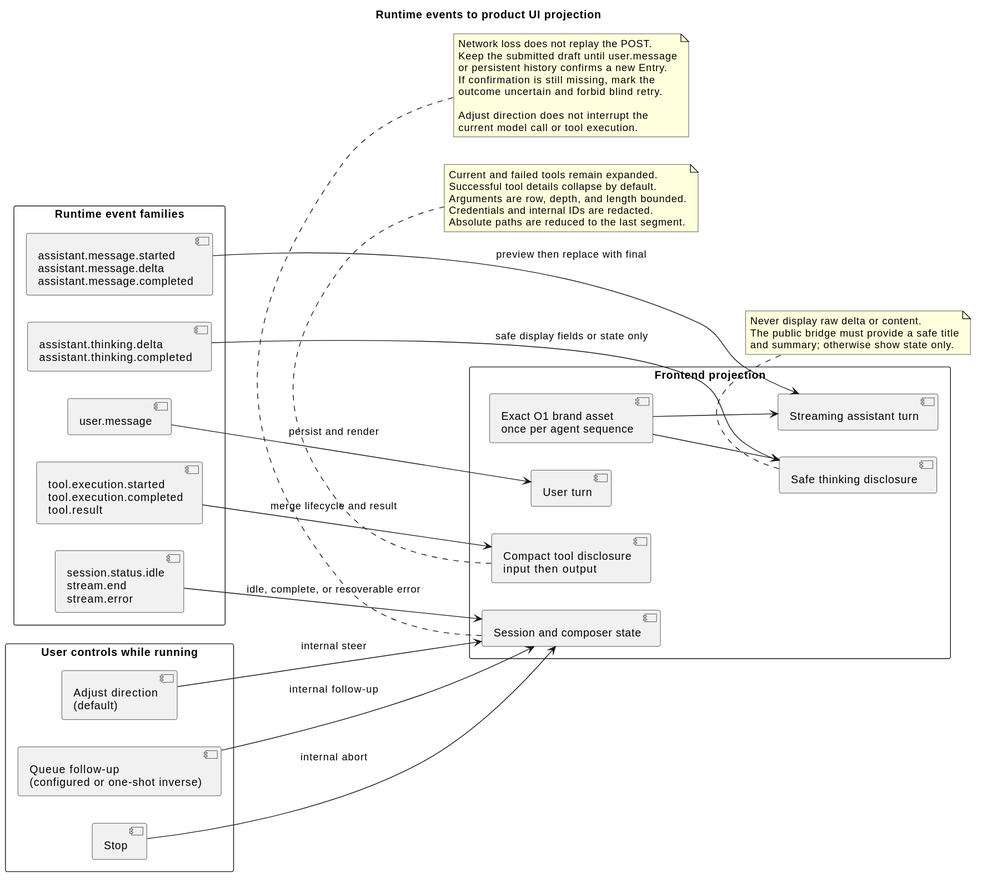
Above: docs/designs/campusclaw-frontend/runtime_event_ui_projection.svg in 2862282695gjh-afk/pi-mono-java (PlantUML), before the change.
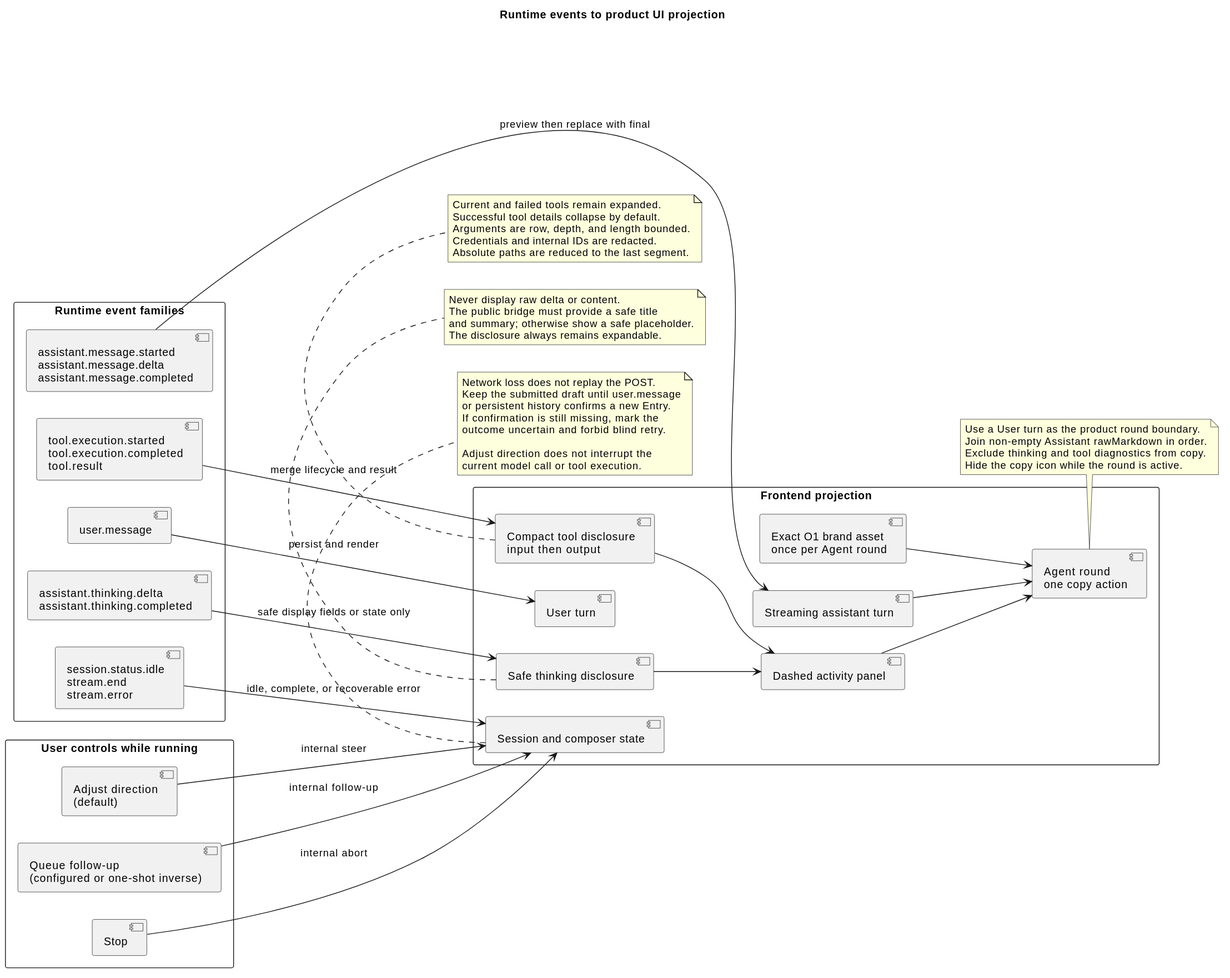
After the change.

What changed in the source:
```diff
@@ -16,7 +16,9 @@
   component "Streaming assistant turn" as AssistantTurn
   component "Safe thinking disclosure" as ThinkingDisclosure
   component "Compact tool disclosure\ninput then output" as ToolDisclosure
-  component "Exact O1 brand asset\nonce per agent sequence" as BrandAsset
+  component "Dashed activity panel" as ActivityPanel
+  component "Agent round\none copy action" as AgentRound
+  component "Exact O1 brand asset\nonce per Agent round" as BrandAsset
   component "Session and composer state" as SessionState
 }
 
@@ -31,8 +33,11 @@
 ThinkingEvents --> ThinkingDisclosure : safe display fields or state only
 ToolEvents --> ToolDisclosure : merge lifecycle and result
 TerminalEvents --> SessionState : idle, complete, or recoverable error
-BrandAsset --> AssistantTurn
-BrandAsset --> ThinkingDisclosure
+ThinkingDisclosure --> ActivityPanel
+ToolDisclosure --> ActivityPanel
+AssistantTurn --> AgentRound
+ActivityPanel --> AgentRound
+BrandAsset --> AgentRound
 
 Adjust --> SessionState : internal steer
 Continue --> SessionState : internal follow-up
@@ -41,7 +46,8 @@
 note bottom of ThinkingDisclosure
 Never display raw delta or content.
 The public bridge must provide a safe title
-and summary; otherwise show state only.
+and summary; otherwise show a safe placeholder.
+The disclosure always remains expandable.
 end note
 
 note bottom of ToolDisclosure
@@ -50,6 +56,13 @@
 Arguments are row, depth, and length bounded.
 Credentials and internal IDs are redacted.
 Absolute paths are reduced to the last segment.
+end note
+
+note bottom of AgentRound
+Use a User turn as the product round boundary.
+Join non-empty Assistant rawMarkdown in order.
+Exclude thinking and tool diagnostics from copy.
+Hide the copy icon while the round is active.
 end note
 
 note bottom of SessionState
```
